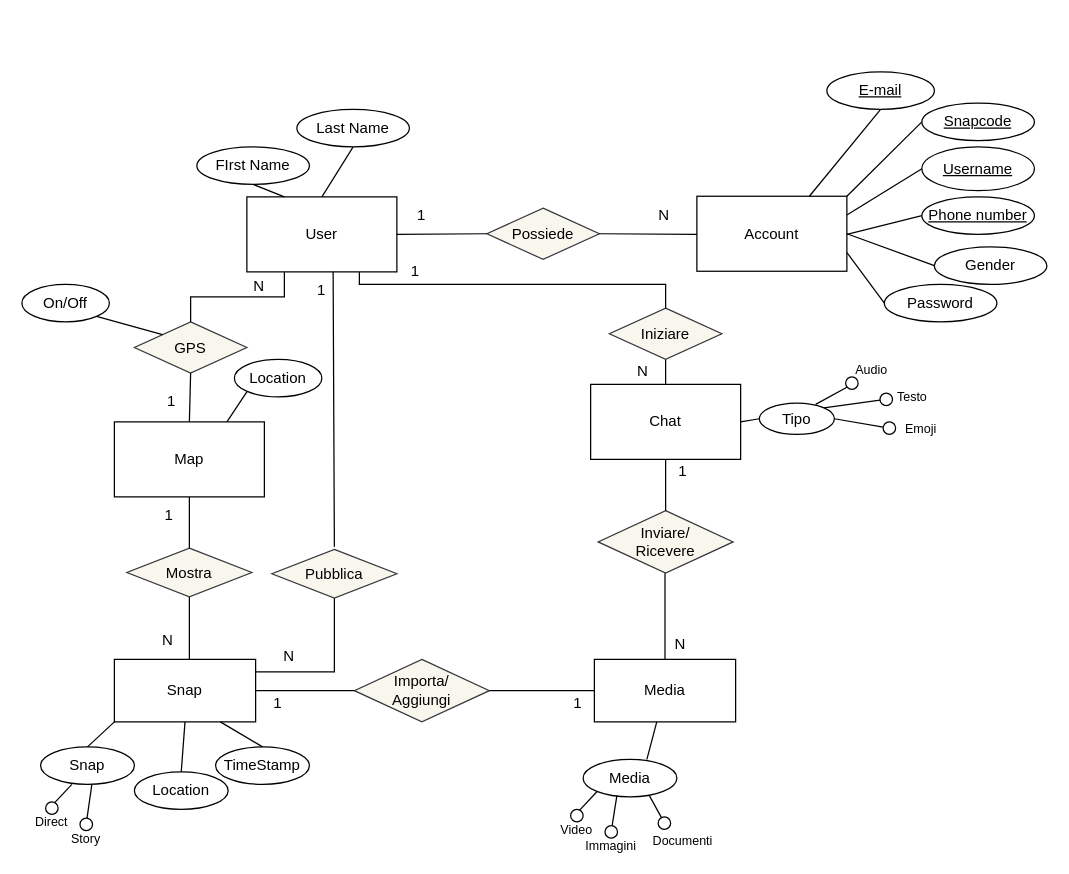
Before: schema E-R.drawio in Antonet99/noSQL-Snapchat, a draw.io diagram. Source tidied: cells renumbered, new cells numbered last; positions are measured from the earlier drawing's top-left corner, leaving out a move shared by most shapes. Both pictures are drawn from the tidied source at 125%, with x=0, y=0 at pixel (21, 71).
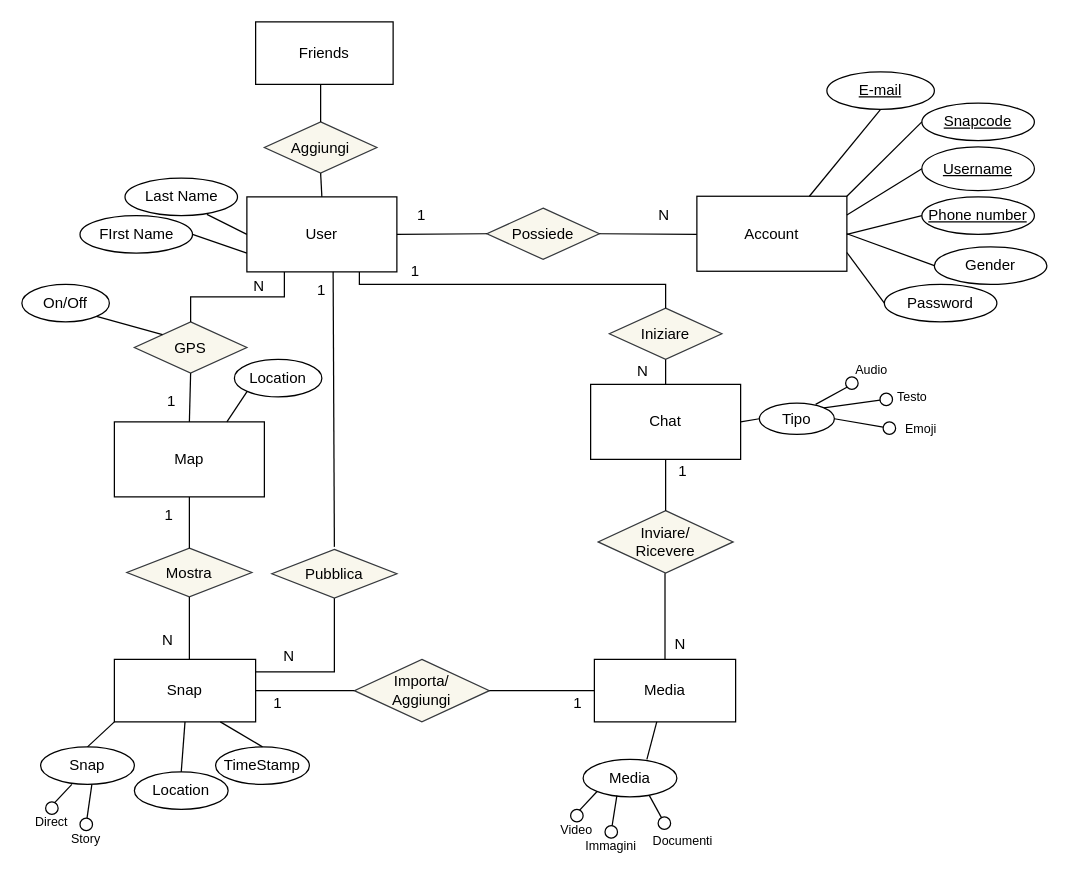
The same page after the edit.

The change refers to these unchanged cells:
```xml
<mxCell id="2" value="User" style="rounded=0;whiteSpace=wrap;html=1;" parent="1" vertex="1">
  <mxGeometry x="180" y="100" width="120" height="60" as="geometry" />
</mxCell>
```

Diff of the diagram source:
```diff
@@
     <mxCell id="10" value="Last Name" style="ellipse;whiteSpace=wrap;html=1;align=center;" parent="1" vertex="1">
-      <mxGeometry x="220" y="30" width="90" height="30" as="geometry" />
+      <mxGeometry x="82.5" y="85" width="90" height="30" as="geometry" />
     </mxCell>
@@
     <mxCell id="12" value="FIrst Name" style="ellipse;whiteSpace=wrap;html=1;align=center;" parent="1" vertex="1">
-      <mxGeometry x="140" y="60" width="90" height="30" as="geometry" />
+      <mxGeometry x="46.5" y="115" width="90" height="30" as="geometry" />
     </mxCell>
@@
-    <mxCell id="17" style="endArrow=none;html=1;rounded=0;exitX=0.5;exitY=1;exitDx=0;exitDy=0;entryX=0.25;entryY=0;entryDx=0;entryDy=0;" parent="1" edge="1" source="12" target="2">
+    <mxCell id="17" style="endArrow=none;html=1;rounded=0;exitX=1;exitY=0.5;exitDx=0;exitDy=0;entryX=0;entryY=0.75;entryDx=0;entryDy=0;" parent="1" edge="1" source="12" target="2">
       <mxGeometry relative="1" as="geometry" />
     </mxCell>
-    <mxCell id="18" style="endArrow=none;html=1;rounded=0;exitX=0.5;exitY=1;exitDx=0;exitDy=0;entryX=0.5;entryY=0;entryDx=0;entryDy=0;" parent="1" edge="1" source="10" target="2">
+    <mxCell id="18" style="endArrow=none;html=1;rounded=0;exitX=0.728;exitY=0.967;exitDx=0;exitDy=0;entryX=0;entryY=0.5;entryDx=0;entryDy=0;exitPerimeter=0;" parent="1" edge="1" source="10" target="2">
       <mxGeometry relative="1" as="geometry" />
     </mxCell>
@@
+    <mxCell id="100" value="Aggiungi" style="shape=rhombus;perimeter=rhombusPerimeter;whiteSpace=wrap;html=1;align=center;fillColor=#f9f7ed;strokeColor=#36393d;" parent="1" vertex="1">
+      <mxGeometry x="194" y="40" width="90" height="41" as="geometry" />
+    </mxCell>
+    <mxCell id="101" value="Friends" style="rounded=0;whiteSpace=wrap;html=1;" parent="1" vertex="1">
+      <mxGeometry x="187" y="-40" width="110" height="50" as="geometry" />
+    </mxCell>
+    <mxCell id="102" style="endArrow=none;html=1;rounded=0;exitX=0.5;exitY=0;exitDx=0;exitDy=0;" parent="1" edge="1" source="100">
+      <mxGeometry relative="1" as="geometry">
+        <mxPoint x="239" y="10" as="targetPoint" />
+      </mxGeometry>
+    </mxCell>
+    <mxCell id="103" style="endArrow=none;html=1;rounded=0;exitX=0.5;exitY=0;exitDx=0;exitDy=0;entryX=0.5;entryY=1;entryDx=0;entryDy=0;" parent="1" edge="1" source="2" target="100">
+      <mxGeometry relative="1" as="geometry" />
+    </mxCell>
```
